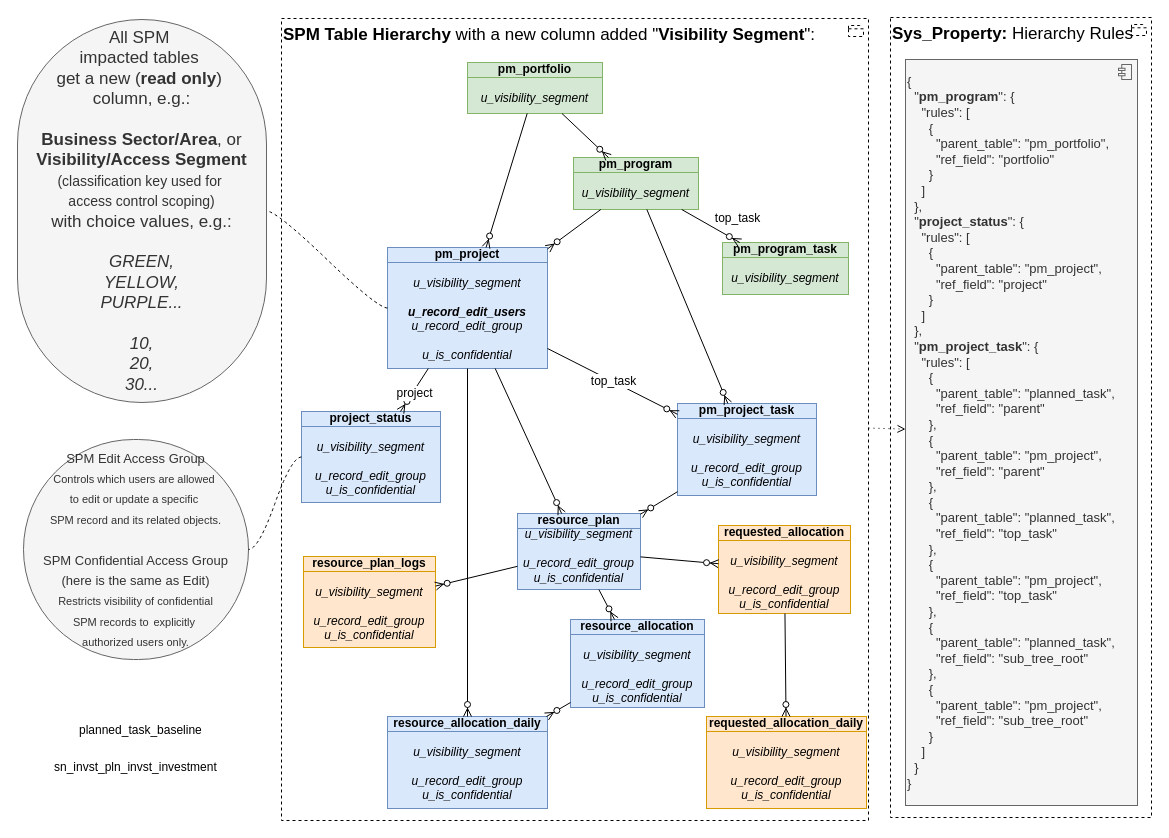
The draw.io diagram page "hier1" (4 of 21) of Sar.drawio in algimas/tmp, before the edit. Source tidied: cells renumbered, new cells numbered last; positions are measured from the earlier drawing's top-left corner, leaving out a move shared by most shapes. Both pictures are drawn from the tidied source at 100%, with x=0, y=0 at pixel (17, 17).
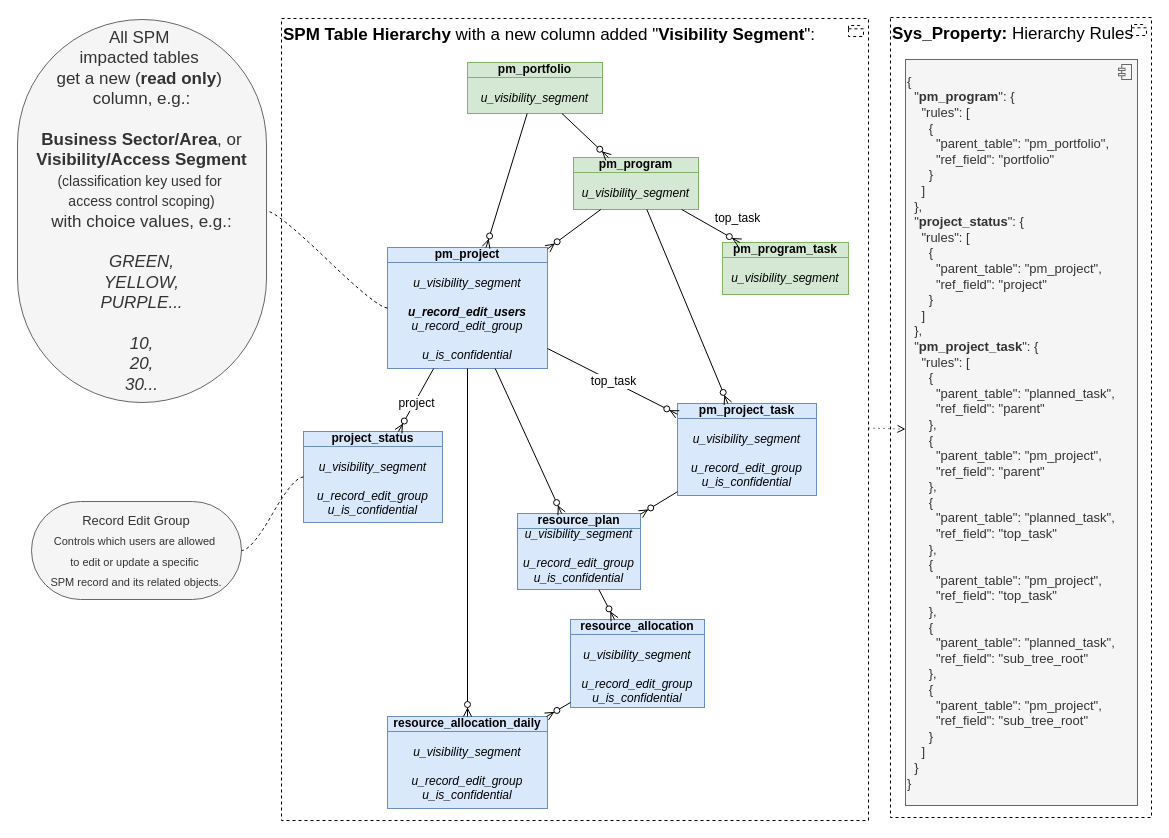
The same diagram, later.

Unchanged cells that the change refers to:
```xml
<mxCell id="28" value="&lt;div&gt;resource_plan&lt;/div&gt;&lt;div&gt;&lt;i style=&quot;font-weight: normal;&quot;&gt;u_visibility_segment&lt;/i&gt;&lt;/div&gt;&lt;div&gt;&lt;span style=&quot;font-weight: normal;&quot;&gt;&lt;i&gt;&lt;br&gt;&lt;/i&gt;&lt;/span&gt;&lt;/div&gt;&lt;div&gt;&lt;span style=&quot;font-weight: normal;&quot;&gt;&lt;i&gt;u_&lt;/i&gt;&lt;i&gt;record&lt;/i&gt;&lt;i&gt;_edit_group&lt;/i&gt;&lt;/span&gt;&lt;div&gt;&lt;i style=&quot;font-weight: normal;&quot;&gt;u_is_confidential&lt;/i&gt;&lt;/div&gt;&lt;/div&gt;" style="html=1;outlineConnect=0;whiteSpace=wrap;fillColor=#dae8fc;shape=mxgraph.archimate3.businessObject;overflow=fill;strokeColor=#6c8ebf;fontStyle=1;" parent="1" vertex="1">
  <mxGeometry x="500" y="496" width="123" height="76" as="geometry" />
</mxCell>
```

Diff of the diagram source:
```diff
@@
     <mxCell id="7" value="&lt;div&gt;&lt;b&gt;project_status&lt;/b&gt;&lt;/div&gt;&lt;div&gt;&lt;div&gt;&lt;i&gt;&lt;br&gt;&lt;/i&gt;&lt;/div&gt;&lt;div&gt;&lt;i&gt;u_visibility_segment&lt;/i&gt;&lt;/div&gt;&lt;div&gt;&lt;i&gt;&lt;br&gt;&lt;/i&gt;&lt;/div&gt;&lt;div&gt;&lt;i&gt;u_&lt;/i&gt;&lt;i&gt;record&lt;/i&gt;&lt;i&gt;_edit_group&lt;/i&gt;&lt;div&gt;&lt;i&gt;u_is_confidential&lt;/i&gt;&lt;/div&gt;&lt;/div&gt;&lt;br&gt;&lt;/div&gt;" style="html=1;outlineConnect=0;whiteSpace=wrap;fillColor=#dae8fc;shape=mxgraph.archimate3.businessObject;overflow=fill;strokeColor=#6c8ebf;fontStyle=0;fontSize=12;" parent="1" vertex="1">
-      <mxGeometry x="284" y="394" width="139" height="91" as="geometry" />
+      <mxGeometry x="286" y="414" width="139" height="91" as="geometry" />
     </mxCell>
@@
-    <mxCell id="24" value="&lt;font style=&quot;font-size: 13px;&quot;&gt;SPM Edit Access Group&lt;br&gt;&lt;/font&gt;&lt;div&gt;&lt;font style=&quot;font-size: 11px;&quot;&gt;Controls which users are allowed&amp;nbsp;&lt;/font&gt;&lt;/div&gt;&lt;div&gt;&lt;font style=&quot;font-size: 11px;&quot;&gt;to edit or update a specific&amp;nbsp;&lt;/font&gt;&lt;/div&gt;&lt;div&gt;&lt;font style=&quot;font-size: 11px;&quot;&gt;SPM record and its related objects.&lt;/font&gt;&lt;/div&gt;&lt;div&gt;&lt;font style=&quot;font-size: 11px;&quot;&gt;&lt;br&gt;&lt;/font&gt;&lt;/div&gt;&lt;div&gt;&lt;font style=&quot;font-size: 13px;&quot;&gt;SPM Confidential Access Group&lt;/font&gt;&lt;/div&gt;&lt;div&gt;&lt;font style=&quot;font-size: 13px;&quot;&gt;(here is the same as Edit)&lt;/font&gt;&lt;/div&gt;&lt;div&gt;&lt;font style=&quot;font-size: 11px;&quot;&gt;Restricts visibility of confidential&lt;/font&gt;&lt;/div&gt;&lt;div&gt;&lt;font style=&quot;font-size: 11px;&quot;&gt;SPM records to&lt;/font&gt;&amp;nbsp;&lt;font style=&quot;font-size: 11px;&quot;&gt;explicitly&amp;nbsp;&lt;/font&gt;&lt;/div&gt;&lt;div&gt;&lt;font style=&quot;font-size: 11px;&quot;&gt;authorized users only.&lt;/font&gt;&lt;/div&gt;" style="whiteSpace=wrap;html=1;rounded=1;arcSize=50;align=center;verticalAlign=middle;strokeWidth=1;spacing=4;newEdgeStyle={&quot;edgeStyle&quot;:&quot;entityRelationEdgeStyle&quot;,&quot;startArrow&quot;:&quot;none&quot;,&quot;endArrow&quot;:&quot;none&quot;,&quot;segment&quot;:10,&quot;curved&quot;:1,&quot;sourcePerimeterSpacing&quot;:0,&quot;targetPerimeterSpacing&quot;:0};fillColor=#f5f5f5;strokeColor=#666666;fontColor=#333333;fontSize=17;" parent="1" vertex="1">
-      <mxGeometry x="6" y="422" width="225" height="220" as="geometry" />
+    <mxCell id="24" value="&lt;div&gt;&lt;font style=&quot;font-size: 13px;&quot;&gt;Record Edit Group&lt;/font&gt;&lt;/div&gt;&lt;div&gt;&lt;font style=&quot;font-size: 11px;&quot;&gt;Controls which users are allowed&amp;nbsp;&lt;/font&gt;&lt;/div&gt;&lt;div&gt;&lt;font style=&quot;font-size: 11px;&quot;&gt;to edit or update a specific&amp;nbsp;&lt;/font&gt;&lt;/div&gt;&lt;div&gt;&lt;font style=&quot;font-size: 11px;&quot;&gt;SPM record and its related objects.&lt;/font&gt;&lt;/div&gt;" style="whiteSpace=wrap;html=1;rounded=1;arcSize=50;align=center;verticalAlign=middle;strokeWidth=1;spacing=4;newEdgeStyle={&quot;edgeStyle&quot;:&quot;entityRelationEdgeStyle&quot;,&quot;startArrow&quot;:&quot;none&quot;,&quot;endArrow&quot;:&quot;none&quot;,&quot;segment&quot;:10,&quot;curved&quot;:1,&quot;sourcePerimeterSpacing&quot;:0,&quot;targetPerimeterSpacing&quot;:0};fillColor=#f5f5f5;strokeColor=#666666;fontColor=#333333;fontSize=17;" parent="1" vertex="1">
+      <mxGeometry x="14" y="484" width="210" height="98" as="geometry" />
     </mxCell>
@@
-    <mxCell id="34" value="&lt;div&gt;requested_allocation&lt;/div&gt;&lt;div&gt;&lt;br&gt;&lt;/div&gt;&lt;div align=&quot;center&quot;&gt;&lt;div&gt;&lt;i style=&quot;font-weight: normal;&quot;&gt;u_visibility_segment&lt;/i&gt;&lt;/div&gt;&lt;div&gt;&lt;span style=&quot;font-weight: normal;&quot;&gt;&lt;i&gt;&lt;br&gt;&lt;/i&gt;&lt;/span&gt;&lt;/div&gt;&lt;div&gt;&lt;span style=&quot;font-weight: normal;&quot;&gt;&lt;i&gt;u_&lt;/i&gt;&lt;i&gt;record&lt;/i&gt;&lt;i&gt;_edit_group&lt;/i&gt;&lt;/span&gt;&lt;div&gt;&lt;i style=&quot;font-weight: normal;&quot;&gt;u_is_confidential&lt;/i&gt;&lt;/div&gt;&lt;/div&gt;&lt;/div&gt;" style="html=1;outlineConnect=0;whiteSpace=wrap;fillColor=#ffe6cc;shape=mxgraph.archimate3.businessObject;overflow=fill;strokeColor=#d79b00;fontStyle=1;" parent="1" vertex="1">
-      <mxGeometry x="701" y="508" width="132" height="88" as="geometry" />
-    </mxCell>
-    <mxCell id="35" style="fontSize=12;html=1;endArrow=ERzeroToMany;endFill=1;rounded=0;" parent="1" edge="1" source="28" target="34">
-      <mxGeometry relative="1" as="geometry" />
-    </mxCell>
-    <mxCell id="36" value="&lt;div&gt;resource_plan_logs&lt;/div&gt;&lt;br&gt;&lt;div align=&quot;center&quot;&gt;&lt;div&gt;&lt;i style=&quot;font-weight: normal;&quot;&gt;u_visibility_segment&lt;/i&gt;&lt;/div&gt;&lt;div&gt;&lt;span style=&quot;font-weight: normal;&quot;&gt;&lt;i&gt;&lt;br&gt;&lt;/i&gt;&lt;/span&gt;&lt;/div&gt;&lt;div&gt;&lt;span style=&quot;font-weight: normal;&quot;&gt;&lt;i&gt;u_&lt;/i&gt;&lt;i&gt;record&lt;/i&gt;&lt;i&gt;_edit_group&lt;/i&gt;&lt;/span&gt;&lt;div&gt;&lt;i style=&quot;font-weight: normal;&quot;&gt;u_is_confidential&lt;/i&gt;&lt;/div&gt;&lt;/div&gt;&lt;/div&gt;" style="html=1;outlineConnect=0;whiteSpace=wrap;fillColor=#ffe6cc;shape=mxgraph.archimate3.businessObject;overflow=fill;strokeColor=#d79b00;fontStyle=1;" parent="1" vertex="1">
-      <mxGeometry x="286" y="539" width="132" height="91" as="geometry" />
-    </mxCell>
-    <mxCell id="37" style="fontSize=12;html=1;endArrow=ERzeroToMany;endFill=1;rounded=0;" parent="1" edge="1" source="28" target="36">
-      <mxGeometry relative="1" as="geometry" />
-    </mxCell>
-    <mxCell id="38" value="&lt;div&gt;requested_allocation_daily&lt;/div&gt;&lt;div&gt;&lt;br&gt;&lt;/div&gt;&lt;div align=&quot;left&quot;&gt;&lt;div align=&quot;center&quot;&gt;&lt;div&gt;&lt;i style=&quot;font-weight: normal;&quot;&gt;u_visibility_segment&lt;/i&gt;&lt;/div&gt;&lt;div&gt;&lt;span style=&quot;font-weight: normal;&quot;&gt;&lt;i&gt;&lt;br&gt;&lt;/i&gt;&lt;/span&gt;&lt;/div&gt;&lt;div&gt;&lt;span style=&quot;font-weight: normal;&quot;&gt;&lt;i&gt;u_&lt;/i&gt;&lt;i&gt;record&lt;/i&gt;&lt;i&gt;_edit_group&lt;/i&gt;&lt;/span&gt;&lt;div&gt;&lt;i style=&quot;font-weight: normal;&quot;&gt;u_is_confidential&lt;/i&gt;&lt;/div&gt;&lt;/div&gt;&lt;/div&gt;&lt;/div&gt;" style="html=1;outlineConnect=0;whiteSpace=wrap;fillColor=#ffe6cc;shape=mxgraph.archimate3.businessObject;overflow=fill;strokeColor=#d79b00;fontStyle=1;" parent="1" vertex="1">
-      <mxGeometry x="689" y="699" width="160" height="92" as="geometry" />
-    </mxCell>
-    <mxCell id="39" style="fontSize=12;html=1;endArrow=ERzeroToMany;endFill=1;rounded=0;" parent="1" edge="1" source="34" target="38">
-      <mxGeometry relative="1" as="geometry" />
-    </mxCell>
-    <mxCell id="40" value="&lt;span style=&quot;font-weight: normal;&quot;&gt;planned_task_baseline&lt;/span&gt;" style="text;whiteSpace=wrap;html=1;" parent="1" vertex="1">
-      <mxGeometry x="60" y="699" width="151" height="36" as="geometry" />
-    </mxCell>
-    <mxCell id="41" value="sn_invst_pln_invst_investment" style="text;whiteSpace=wrap;" parent="1" vertex="1">
-      <mxGeometry x="35" y="736" width="212" height="36" as="geometry" />
-    </mxCell>
```
